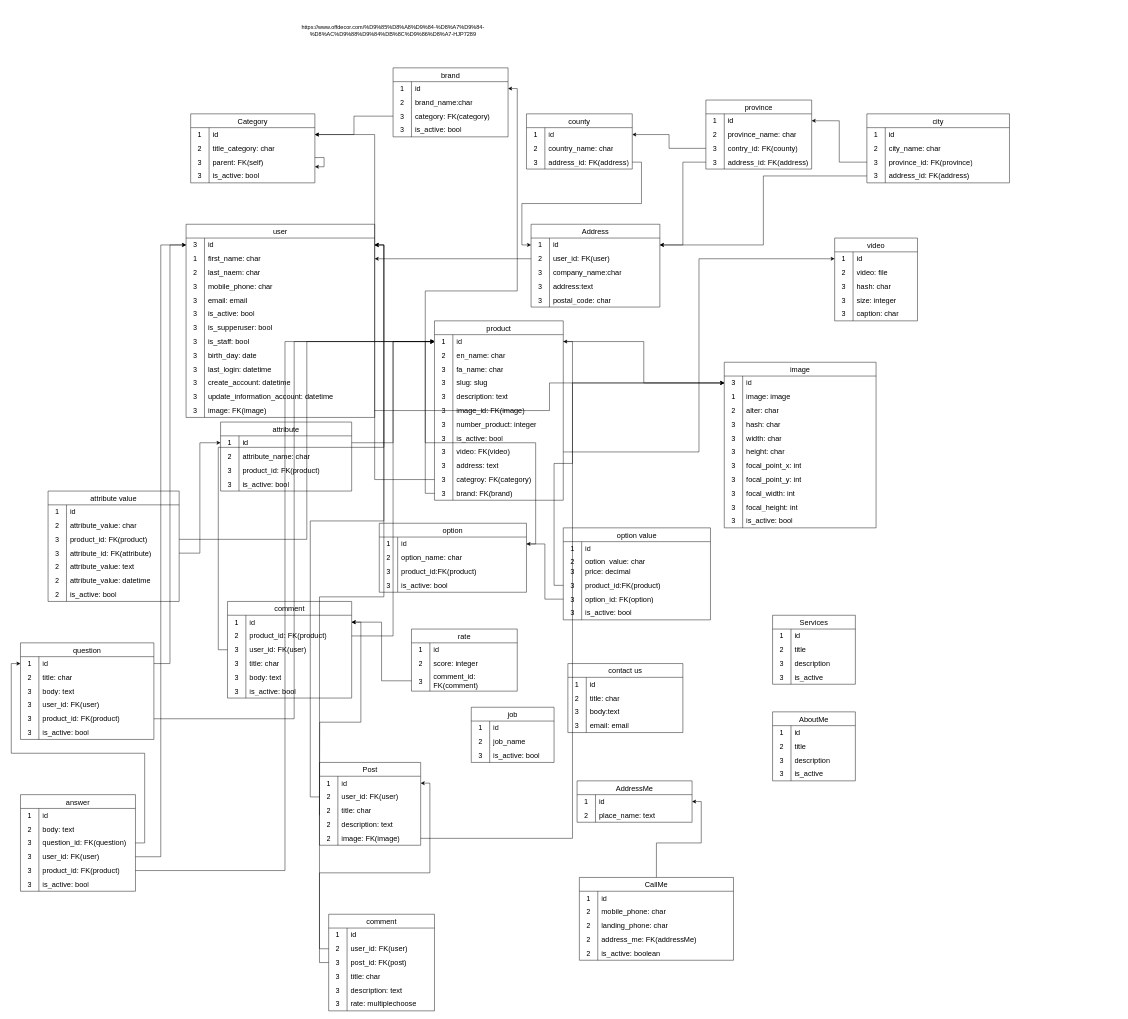
The draw.io diagram turn_rating.drawio in mrgdeveloper1401/sofa, before the edit. Source tidied: cells renumbered, new cells numbered last; positions are measured from the earlier drawing's top-left corner, leaving out a move shared by most shapes. Both pictures are drawn from the tidied source at 46%, with x=0, y=0 at pixel (20, 8).
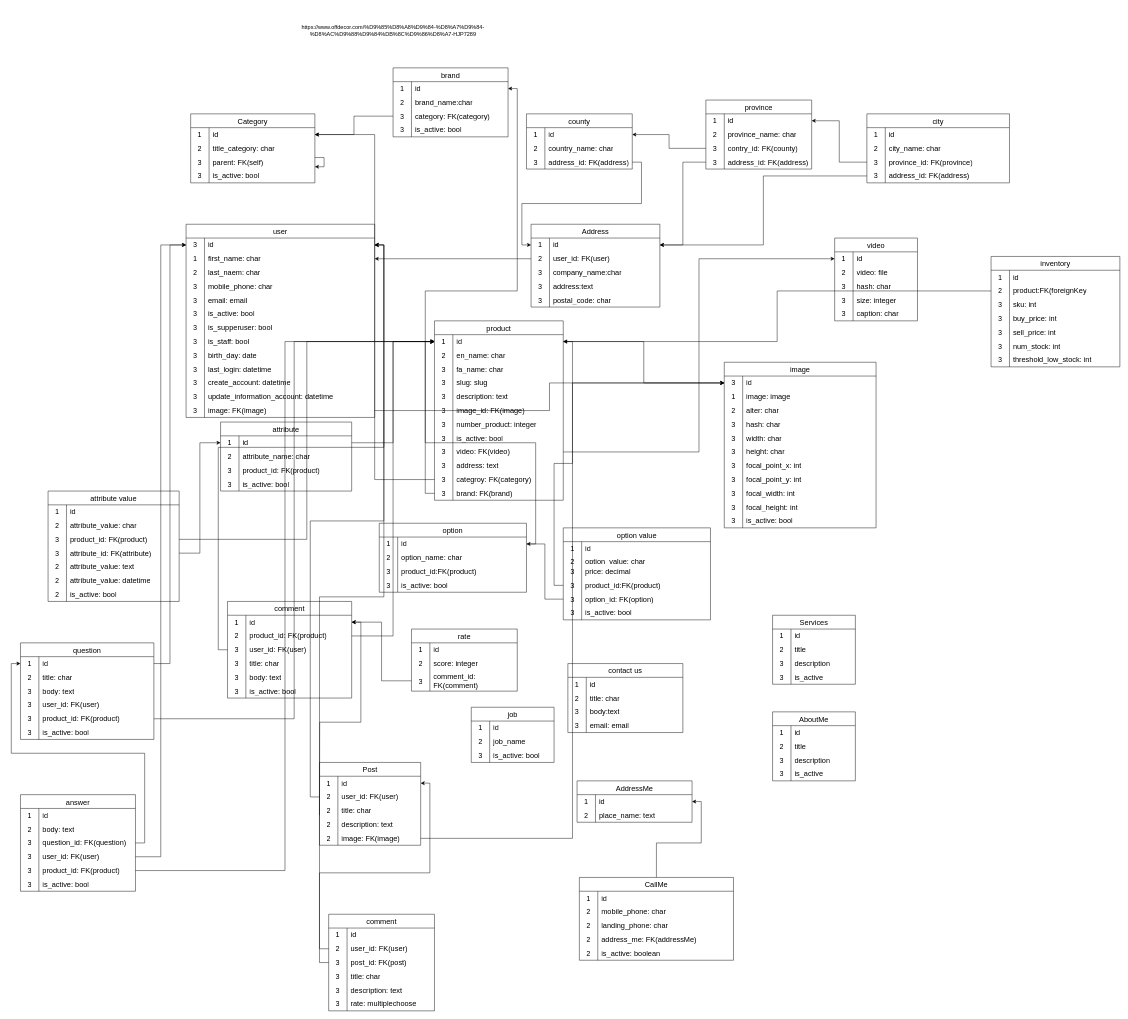
Above is the later version.

The change refers to these unchanged cells:
```xml
<mxCell id="115" style="shape=tableRow;horizontal=0;startSize=0;swimlaneHead=0;swimlaneBody=0;top=0;left=0;bottom=0;right=0;fillColor=none;points=[[0,0.5],[1,0.5]];portConstraint=eastwest;strokeColor=inherit;fontSize=16;" parent="114" vertex="1">
  <mxGeometry y="30" width="280" height="30" as="geometry" />
</mxCell>
```

What changed in the source:
```diff
@@
+    <mxCell id="482" value="inventory" style="shape=table;startSize=30;childLayout=tableLayout;rowLines=0;fontStyle=0;strokeColor=default;fontSize=16;" parent="1" vertex="1">
+      <mxGeometry x="2110" y="540" width="280" height="240" as="geometry" />
+    </mxCell>
+    <mxCell id="483" style="shape=tableRow;horizontal=0;startSize=0;swimlaneHead=0;swimlaneBody=0;top=0;left=0;bottom=0;right=0;fillColor=none;strokeColor=inherit;fontSize=16;" parent="482" vertex="1">
+      <mxGeometry y="30" width="280" height="30" as="geometry" />
+    </mxCell>
+    <mxCell id="484" value="1" style="shape=partialRectangle;html=1;whiteSpace=wrap;fillColor=none;top=0;left=0;bottom=0;right=0;overflow=hidden;strokeColor=inherit;fontSize=16;" parent="483" vertex="1">
+      <mxGeometry width="40" height="30" as="geometry" />
+    </mxCell>
+    <mxCell id="485" value="id" style="shape=partialRectangle;html=1;whiteSpace=wrap;fillColor=none;top=0;left=0;bottom=0;right=0;align=left;spacingLeft=6;overflow=hidden;strokeColor=inherit;fontSize=16;" parent="483" vertex="1">
+      <mxGeometry x="40" width="240" height="30" as="geometry" />
+    </mxCell>
+    <mxCell id="486" style="shape=tableRow;horizontal=0;startSize=0;swimlaneHead=0;swimlaneBody=0;top=0;left=0;bottom=0;right=0;fillColor=none;points=[[0,0.5],[1,0.5]];portConstraint=eastwest;strokeColor=inherit;fontSize=16;" parent="482" vertex="1">
+      <mxGeometry y="60" width="280" height="30" as="geometry" />
+    </mxCell>
+    <mxCell id="487" value="2" style="shape=partialRectangle;html=1;whiteSpace=wrap;fillColor=none;top=0;left=0;bottom=0;right=0;overflow=hidden;strokeColor=inherit;fontSize=16;" parent="486" vertex="1">
+      <mxGeometry width="40" height="30" as="geometry" />
+    </mxCell>
+    <mxCell id="488" value="product:FK(foreignKey" style="shape=partialRectangle;html=1;whiteSpace=wrap;fillColor=none;top=0;left=0;bottom=0;right=0;align=left;spacingLeft=6;overflow=hidden;strokeColor=inherit;fontSize=16;" parent="486" vertex="1">
+      <mxGeometry x="40" width="240" height="30" as="geometry" />
+    </mxCell>
+    <mxCell id="489" style="shape=tableRow;horizontal=0;startSize=0;swimlaneHead=0;swimlaneBody=0;top=0;left=0;bottom=0;right=0;fillColor=none;strokeColor=inherit;fontSize=16;" parent="482" vertex="1">
+      <mxGeometry y="90" width="280" height="30" as="geometry" />
+    </mxCell>
+    <mxCell id="490" value="3" style="shape=partialRectangle;html=1;whiteSpace=wrap;fillColor=none;top=0;left=0;bottom=0;right=0;overflow=hidden;strokeColor=inherit;fontSize=16;" parent="489" vertex="1">
+      <mxGeometry width="40" height="30" as="geometry" />
+    </mxCell>
+    <mxCell id="491" value="sku: int" style="shape=partialRectangle;html=1;whiteSpace=wrap;fillColor=none;top=0;left=0;bottom=0;right=0;align=left;spacingLeft=6;overflow=hidden;strokeColor=inherit;fontSize=16;" parent="489" vertex="1">
+      <mxGeometry x="40" width="240" height="30" as="geometry" />
+    </mxCell>
+    <mxCell id="492" style="shape=tableRow;horizontal=0;startSize=0;swimlaneHead=0;swimlaneBody=0;top=0;left=0;bottom=0;right=0;fillColor=none;strokeColor=inherit;fontSize=16;" parent="482" vertex="1">
+      <mxGeometry y="120" width="280" height="30" as="geometry" />
+    </mxCell>
+    <mxCell id="493" value="3" style="shape=partialRectangle;html=1;whiteSpace=wrap;fillColor=none;top=0;left=0;bottom=0;right=0;overflow=hidden;strokeColor=inherit;fontSize=16;" parent="492" vertex="1">
+      <mxGeometry width="40" height="30" as="geometry" />
+    </mxCell>
+    <mxCell id="494" value="buy_price: int" style="shape=partialRectangle;html=1;whiteSpace=wrap;fillColor=none;top=0;left=0;bottom=0;right=0;align=left;spacingLeft=6;overflow=hidden;strokeColor=inherit;fontSize=16;" parent="492" vertex="1">
+      <mxGeometry x="40" width="240" height="30" as="geometry" />
+    </mxCell>
+    <mxCell id="495" style="shape=tableRow;horizontal=0;startSize=0;swimlaneHead=0;swimlaneBody=0;top=0;left=0;bottom=0;right=0;fillColor=none;strokeColor=inherit;fontSize=16;" parent="482" vertex="1">
+      <mxGeometry y="150" width="280" height="30" as="geometry" />
+    </mxCell>
+    <mxCell id="496" value="3" style="shape=partialRectangle;html=1;whiteSpace=wrap;fillColor=none;top=0;left=0;bottom=0;right=0;overflow=hidden;strokeColor=inherit;fontSize=16;" parent="495" vertex="1">
+      <mxGeometry width="40" height="30" as="geometry" />
+    </mxCell>
+    <mxCell id="497" value="sell_price: int" style="shape=partialRectangle;html=1;whiteSpace=wrap;fillColor=none;top=0;left=0;bottom=0;right=0;align=left;spacingLeft=6;overflow=hidden;strokeColor=inherit;fontSize=16;" parent="495" vertex="1">
+      <mxGeometry x="40" width="240" height="30" as="geometry" />
+    </mxCell>
+    <mxCell id="498" style="shape=tableRow;horizontal=0;startSize=0;swimlaneHead=0;swimlaneBody=0;top=0;left=0;bottom=0;right=0;fillColor=none;strokeColor=inherit;fontSize=16;" parent="482" vertex="1">
+      <mxGeometry y="180" width="280" height="30" as="geometry" />
+    </mxCell>
+    <mxCell id="499" value="3" style="shape=partialRectangle;html=1;whiteSpace=wrap;fillColor=none;top=0;left=0;bottom=0;right=0;overflow=hidden;strokeColor=inherit;fontSize=16;" parent="498" vertex="1">
+      <mxGeometry width="40" height="30" as="geometry" />
+    </mxCell>
+    <mxCell id="500" value="num_stock: int" style="shape=partialRectangle;html=1;whiteSpace=wrap;fillColor=none;top=0;left=0;bottom=0;right=0;align=left;spacingLeft=6;overflow=hidden;strokeColor=inherit;fontSize=16;" parent="498" vertex="1">
+      <mxGeometry x="40" width="240" height="30" as="geometry" />
+    </mxCell>
+    <mxCell id="501" style="shape=tableRow;horizontal=0;startSize=0;swimlaneHead=0;swimlaneBody=0;top=0;left=0;bottom=0;right=0;fillColor=none;strokeColor=inherit;fontSize=16;" parent="482" vertex="1">
+      <mxGeometry y="210" width="280" height="30" as="geometry" />
+    </mxCell>
+    <mxCell id="502" value="3" style="shape=partialRectangle;html=1;whiteSpace=wrap;fillColor=none;top=0;left=0;bottom=0;right=0;overflow=hidden;strokeColor=inherit;fontSize=16;" parent="501" vertex="1">
+      <mxGeometry width="40" height="30" as="geometry" />
+    </mxCell>
+    <mxCell id="503" value="threshold_low_stock: int" style="shape=partialRectangle;html=1;whiteSpace=wrap;fillColor=none;top=0;left=0;bottom=0;right=0;align=left;spacingLeft=6;overflow=hidden;strokeColor=inherit;fontSize=16;" parent="501" vertex="1">
+      <mxGeometry x="40" width="240" height="30" as="geometry" />
+    </mxCell>
+    <mxCell id="504" style="edgeStyle=orthogonalEdgeStyle;rounded=0;jettySize=auto;html=1;" parent="1" edge="1" source="486" target="115">
+      <mxGeometry relative="1" as="geometry" />
+    </mxCell>
```
